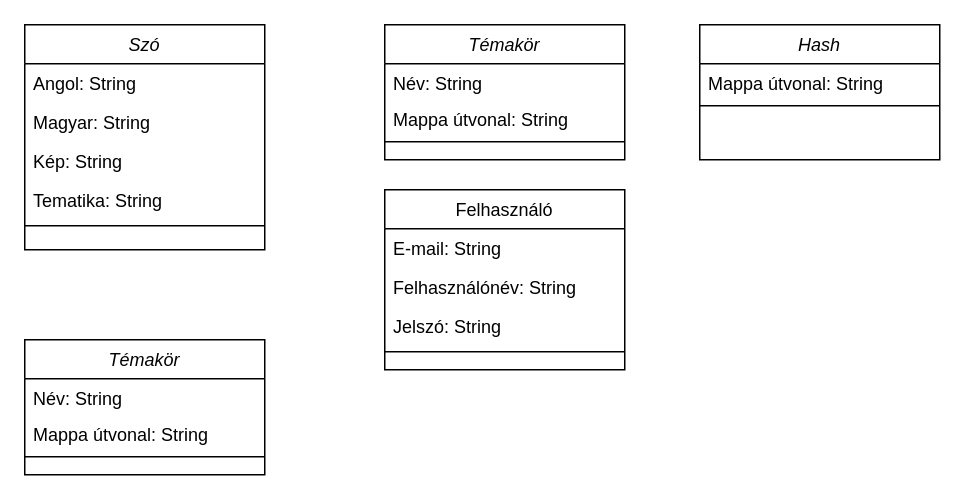
martakrisztian97/Englian keeps this draw.io diagram as wireframes_UML/Osztálydiagram.drawio. Above is the earlier version. Source tidied: cells renumbered, new cells numbered last; positions are measured from the earlier drawing's top-left corner, leaving out a move shared by most shapes. Both pictures are drawn from the tidied source at 150%, with x=0, y=0 at pixel (24, 24).
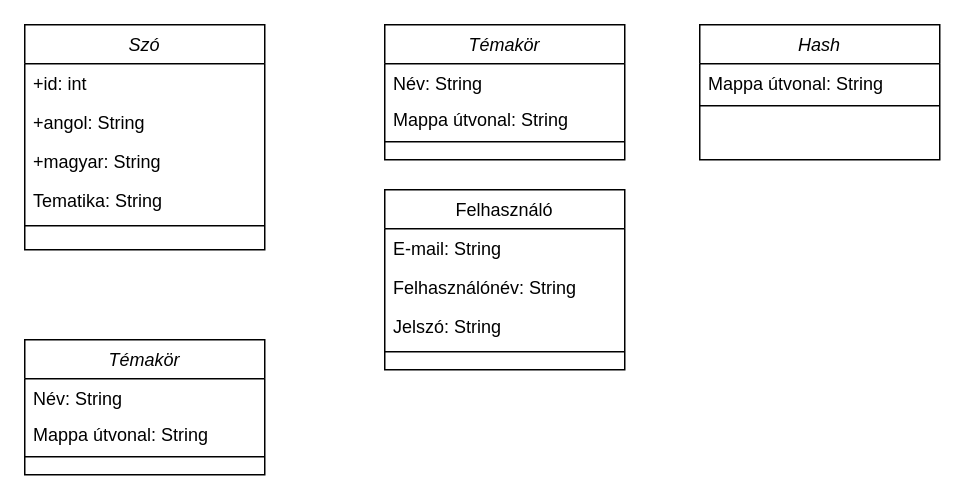
The same page after the edit.

Unchanged cells that the change refers to:
```xml
<mxCell id="2" value="Szó" style="swimlane;fontStyle=2;align=center;verticalAlign=top;horizontal=1;startSize=26;rounded=0;shadow=0;strokeWidth=1;fontFamily=Helvetica;" parent="1" vertex="1">
  <mxGeometry width="160" height="150" as="geometry" />
</mxCell>
```

Diff of the diagram source:
```diff
@@
-    <mxCell id="3" value="Angol: String" style="text;align=left;verticalAlign=top;spacingLeft=4;spacingRight=4;overflow=hidden;fontFamily=Helvetica;" parent="2" vertex="1">
+    <mxCell id="3" value="+id: int" style="text;align=left;verticalAlign=top;spacingLeft=4;spacingRight=4;overflow=hidden;fontFamily=Helvetica;" parent="2" vertex="1">
       <mxGeometry y="26" width="160" height="26" as="geometry" />
     </mxCell>
+    <mxCell id="5" value="+angol: String" style="text;align=left;verticalAlign=top;spacingLeft=4;spacingRight=4;overflow=hidden;rounded=0;shadow=0;html=0;fontFamily=Helvetica;" parent="2" vertex="1">
+      <mxGeometry y="52" width="160" height="26" as="geometry" />
+    </mxCell>
-    <mxCell id="4" value="Magyar: String" style="text;align=left;verticalAlign=top;spacingLeft=4;spacingRight=4;overflow=hidden;rounded=0;shadow=0;html=0;fontFamily=Helvetica;" parent="2" vertex="1">
-      <mxGeometry y="52" width="160" height="26" as="geometry" />
+    <mxCell id="4" value="+magyar: String" style="text;align=left;verticalAlign=top;spacingLeft=4;spacingRight=4;overflow=hidden;rounded=0;shadow=0;html=0;fontFamily=Helvetica;" parent="2" vertex="1">
+      <mxGeometry y="78" width="160" height="26" as="geometry" />
     </mxCell>
-    <mxCell id="5" value="Kép: String" style="text;align=left;verticalAlign=top;spacingLeft=4;spacingRight=4;overflow=hidden;rounded=0;shadow=0;html=0;fontFamily=Helvetica;" parent="2" vertex="1">
-      <mxGeometry y="78" width="160" height="26" as="geometry" />
-    </mxCell>
```
